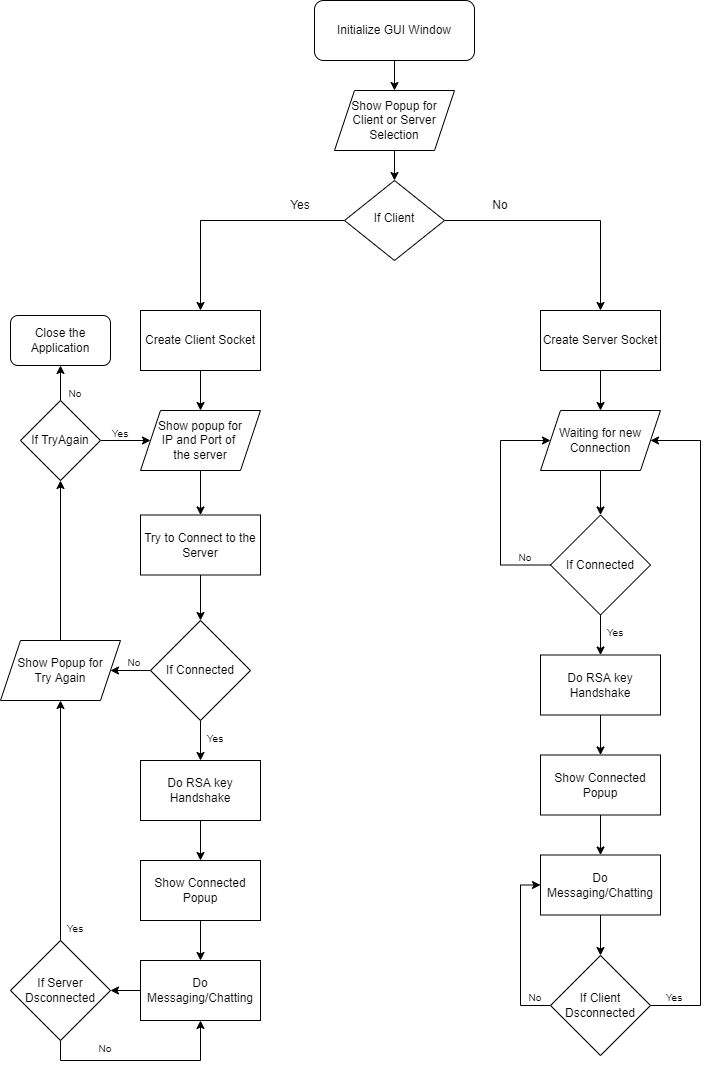
The draw.io diagram Application FlowChart.png in imchiranjit/SecureChat, before a commit. Source tidied: cells renumbered, new cells last; positions are measured from the earlier drawing's top-left corner, leaving out a move shared by most shapes.
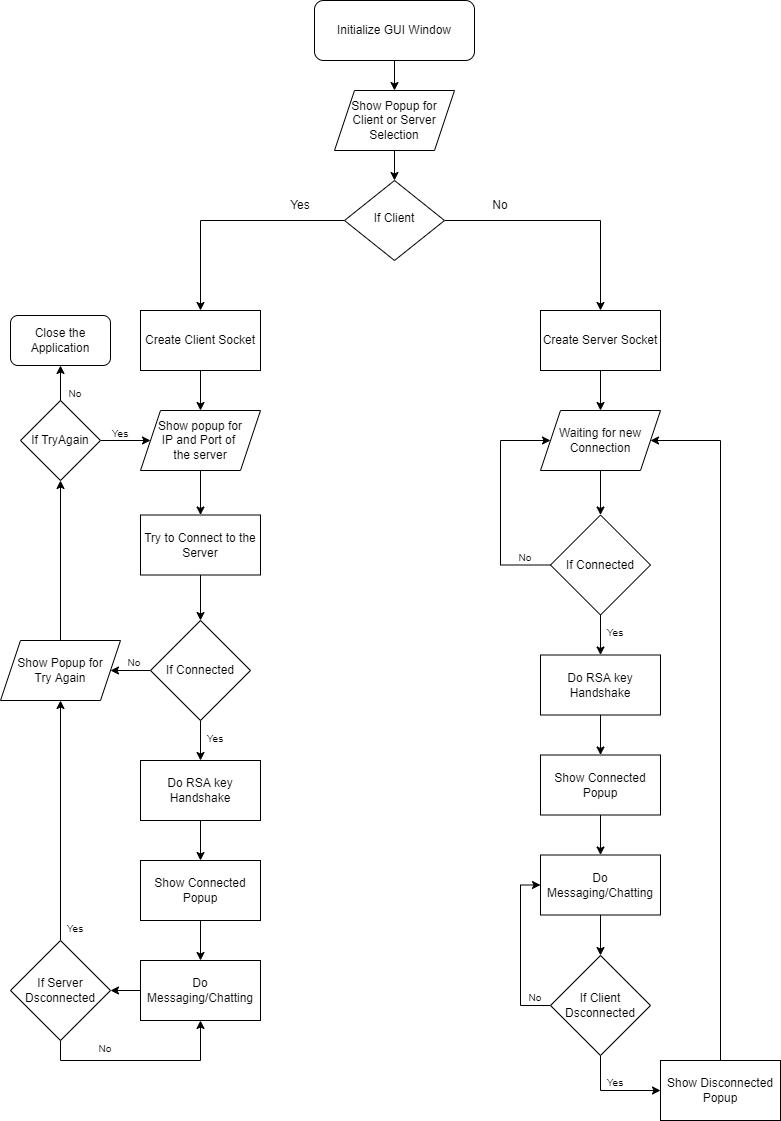
The same diagram one commit later.

Commit message:
Update flow chart

Change to the diagram source:
```diff
@@ -169,25 +169,30 @@
     <mxCell id="55" value="Do Messaging/Chatting" style="rounded=0;whiteSpace=wrap;html=1;fontSize=12;" parent="1" vertex="1">
       <mxGeometry x="540" y="854.5" width="120" height="60" as="geometry" />
     </mxCell>
-    <mxCell id="56" style="edgeStyle=orthogonalEdgeStyle;rounded=0;jettySize=auto;html=1;exitX=1;exitY=0.5;exitDx=0;exitDy=0;entryX=1;entryY=0.5;entryDx=0;entryDy=0;fontSize=12;" parent="1" edge="1" source="58" target="44">
-      <mxGeometry relative="1" as="geometry">
-        <Array as="points">
-          <mxPoint x="700" y="1005" />
-          <mxPoint x="700" y="440" />
-        </Array>
-      </mxGeometry>
-    </mxCell>
     <mxCell id="57" style="edgeStyle=orthogonalEdgeStyle;rounded=0;jettySize=auto;html=1;exitX=0;exitY=0.5;exitDx=0;exitDy=0;entryX=0;entryY=0.5;entryDx=0;entryDy=0;fontSize=12;" parent="1" edge="1" source="58" target="55">
       <mxGeometry relative="1" as="geometry" />
     </mxCell>
+    <mxCell id="61" style="edgeStyle=orthogonalEdgeStyle;rounded=0;jettySize=auto;html=1;exitX=0.5;exitY=1;exitDx=0;exitDy=0;entryX=0;entryY=0.5;entryDx=0;entryDy=0;" parent="1" edge="1" source="58" target="63">
+      <mxGeometry relative="1" as="geometry" />
+    </mxCell>
     <mxCell id="58" value="If Client Dsconnected" style="rhombus;whiteSpace=wrap;html=1;fontSize=12;" parent="1" vertex="1">
       <mxGeometry x="550" y="955" width="100" height="100" as="geometry" />
     </mxCell>
     <mxCell id="59" value="Yes" style="text;html=1;strokeColor=none;fillColor=none;align=center;verticalAlign=middle;whiteSpace=wrap;rounded=0;fontSize=10;" parent="1" vertex="1">
-      <mxGeometry x="659" y="989" width="30" height="15" as="geometry" />
+      <mxGeometry x="600" y="1074" width="30" height="15" as="geometry" />
     </mxCell>
     <mxCell id="60" value="No" style="text;html=1;strokeColor=none;fillColor=none;align=center;verticalAlign=middle;whiteSpace=wrap;rounded=0;fontSize=10;" parent="1" vertex="1">
       <mxGeometry x="520" y="989" width="30" height="15" as="geometry" />
     </mxCell>
+    <mxCell id="62" style="edgeStyle=orthogonalEdgeStyle;rounded=0;jettySize=auto;html=1;exitX=0.5;exitY=0;exitDx=0;exitDy=0;entryX=1;entryY=0.5;entryDx=0;entryDy=0;" parent="1" edge="1" source="63" target="44">
+      <mxGeometry relative="1" as="geometry">
+        <Array as="points">
+          <mxPoint x="720" y="440" />
+        </Array>
+      </mxGeometry>
+    </mxCell>
+    <mxCell id="63" value="Show Disconnected Popup" style="rounded=0;whiteSpace=wrap;html=1;" parent="1" vertex="1">
+      <mxGeometry x="660" y="1060" width="120" height="60" as="geometry" />
+    </mxCell>
   </root>
 </mxGraphModel>
```
